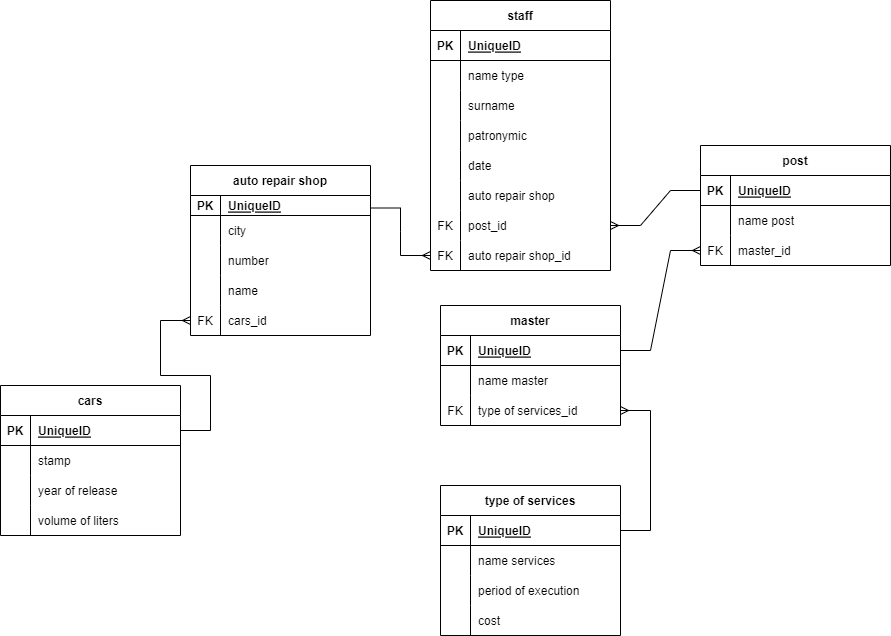
The draw.io diagram labbbb3.drawio.png in tengenonelove/lovesomemama, before a commit. Source tidied: cells renumbered, new cells last; positions are measured from the earlier drawing's top-left corner, leaving out a move shared by most shapes.
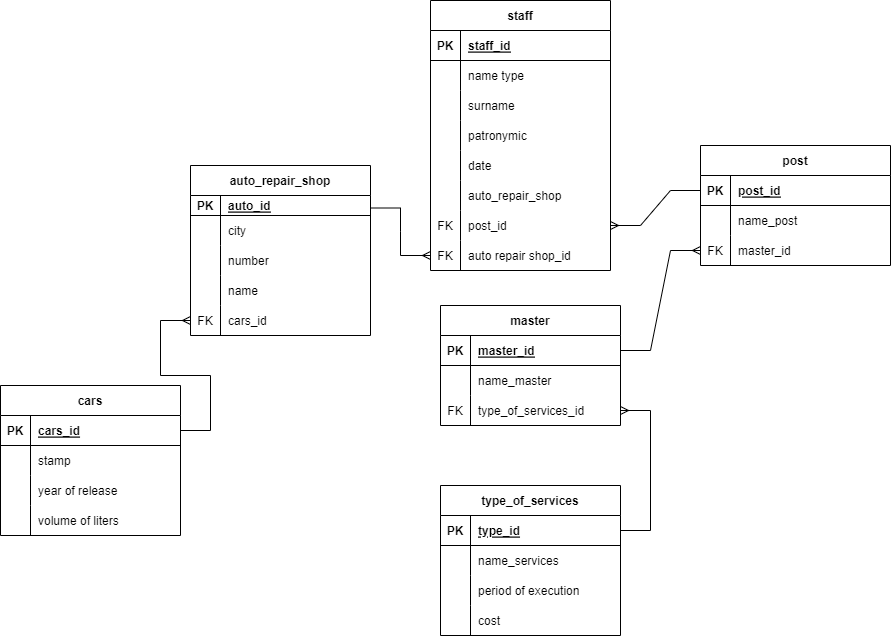
After the commit.

Diff of the diagram source:
```diff
@@ -11,7 +11,7 @@
     <mxCell id="4" value="PK" style="shape=partialRectangle;fillColor=none;top=0;left=0;bottom=0;right=0;fontStyle=1;overflow=hidden;" parent="3" vertex="1">
       <mxGeometry width="30" height="30" as="geometry" />
     </mxCell>
-    <mxCell id="5" value="UniqueID" style="shape=partialRectangle;fillColor=none;top=0;left=0;bottom=0;right=0;align=left;spacingLeft=6;fontStyle=5;overflow=hidden;" parent="3" vertex="1">
+    <mxCell id="5" value="staff_id" style="shape=partialRectangle;fillColor=none;top=0;left=0;bottom=0;right=0;align=left;spacingLeft=6;fontStyle=5;overflow=hidden;" parent="3" vertex="1">
       <mxGeometry x="30" width="150" height="30" as="geometry" />
     </mxCell>
     <mxCell id="6" style="shape=tableRow;horizontal=0;startSize=0;swimlaneHead=0;swimlaneBody=0;fillColor=none;top=0;left=0;right=0;bottom=0;" parent="2" vertex="1">
@@ -56,7 +56,7 @@
     <mxCell id="19" style="shape=partialRectangle;fillColor=none;top=0;left=0;bottom=0;right=0;overflow=hidden;" parent="18" vertex="1">
       <mxGeometry width="30" height="30" as="geometry" />
     </mxCell>
-    <mxCell id="20" value="auto repair shop" style="shape=partialRectangle;fillColor=none;top=0;left=0;bottom=0;right=0;align=left;spacingLeft=6;overflow=hidden;" parent="18" vertex="1">
+    <mxCell id="20" value="auto_repair_shop" style="shape=partialRectangle;fillColor=none;top=0;left=0;bottom=0;right=0;align=left;spacingLeft=6;overflow=hidden;" parent="18" vertex="1">
       <mxGeometry x="30" width="150" height="30" as="geometry" />
     </mxCell>
     <mxCell id="21" style="shape=tableRow;horizontal=0;startSize=0;swimlaneHead=0;swimlaneBody=0;fillColor=none;points=[[0,0.5],[1,0.5]];portConstraint=eastwest;top=0;left=0;right=0;bottom=0;" parent="2" vertex="1">
@@ -77,7 +77,7 @@
     <mxCell id="26" value="auto repair shop_id" style="shape=partialRectangle;fillColor=none;top=0;left=0;bottom=0;right=0;align=left;spacingLeft=6;fontStyle=0;overflow=hidden;" parent="24" vertex="1">
       <mxGeometry x="30" width="150" height="30" as="geometry" />
     </mxCell>
-    <mxCell id="27" value="auto repair shop" style="shape=table;startSize=30;rowLines=0;fontStyle=1;align=center;" parent="1" vertex="1">
+    <mxCell id="27" value="auto_repair_shop" style="shape=table;startSize=30;rowLines=0;fontStyle=1;align=center;" parent="1" vertex="1">
       <mxGeometry x="190" y="165" width="180" height="170" as="geometry" />
     </mxCell>
     <mxCell id="28" style="shape=tableRow;horizontal=0;startSize=0;swimlaneHead=0;swimlaneBody=0;fillColor=none;top=0;left=0;right=0;bottom=1;" parent="27" vertex="1">
@@ -86,7 +86,7 @@
     <mxCell id="29" value="PK" style="shape=partialRectangle;fillColor=none;top=0;left=0;bottom=0;right=0;fontStyle=1;overflow=hidden;" parent="28" vertex="1">
       <mxGeometry width="30" height="20" as="geometry" />
     </mxCell>
-    <mxCell id="30" value="UniqueID" style="shape=partialRectangle;fillColor=none;top=0;left=0;bottom=0;right=0;align=left;spacingLeft=6;fontStyle=5;overflow=hidden;" parent="28" vertex="1">
+    <mxCell id="30" value="auto_id" style="shape=partialRectangle;fillColor=none;top=0;left=0;bottom=0;right=0;align=left;spacingLeft=6;fontStyle=5;overflow=hidden;" parent="28" vertex="1">
       <mxGeometry x="30" width="150" height="20" as="geometry" />
     </mxCell>
     <mxCell id="31" style="shape=tableRow;horizontal=0;startSize=0;swimlaneHead=0;swimlaneBody=0;fillColor=none;top=0;left=0;right=0;bottom=0;" parent="27" vertex="1">
@@ -134,7 +134,7 @@
     <mxCell id="45" value="PK" style="shape=partialRectangle;fillColor=none;top=0;left=0;bottom=0;right=0;fontStyle=1;overflow=hidden;" parent="44" vertex="1">
       <mxGeometry width="30" height="30" as="geometry" />
     </mxCell>
-    <mxCell id="46" value="UniqueID" style="shape=partialRectangle;fillColor=none;top=0;left=0;bottom=0;right=0;align=left;spacingLeft=6;fontStyle=5;overflow=hidden;" parent="44" vertex="1">
+    <mxCell id="46" value="master_id" style="shape=partialRectangle;fillColor=none;top=0;left=0;bottom=0;right=0;align=left;spacingLeft=6;fontStyle=5;overflow=hidden;" parent="44" vertex="1">
       <mxGeometry x="30" width="150" height="30" as="geometry" />
     </mxCell>
     <mxCell id="47" style="shape=tableRow;horizontal=0;startSize=0;swimlaneHead=0;swimlaneBody=0;fillColor=none;top=0;left=0;right=0;bottom=0;" parent="43" vertex="1">
@@ -143,7 +143,7 @@
     <mxCell id="48" style="shape=partialRectangle;fillColor=none;top=0;left=0;bottom=0;right=0;overflow=hidden;" parent="47" vertex="1">
       <mxGeometry width="30" height="30" as="geometry" />
     </mxCell>
-    <mxCell id="49" value="name master" style="shape=partialRectangle;fillColor=none;top=0;left=0;bottom=0;right=0;align=left;spacingLeft=6;overflow=hidden;" parent="47" vertex="1">
+    <mxCell id="49" value="name_master" style="shape=partialRectangle;fillColor=none;top=0;left=0;bottom=0;right=0;align=left;spacingLeft=6;overflow=hidden;" parent="47" vertex="1">
       <mxGeometry x="30" width="150" height="30" as="geometry" />
     </mxCell>
     <mxCell id="50" style="shape=tableRow;horizontal=0;startSize=0;swimlaneHead=0;swimlaneBody=0;fillColor=none;points=[[0,0.5],[1,0.5]];portConstraint=eastwest;top=0;left=0;right=0;bottom=0;" parent="43" vertex="1">
@@ -152,7 +152,7 @@
     <mxCell id="51" value="FK" style="shape=partialRectangle;fillColor=none;top=0;left=0;bottom=0;right=0;fontStyle=0;overflow=hidden;" parent="50" vertex="1">
       <mxGeometry width="30" height="30" as="geometry" />
     </mxCell>
-    <mxCell id="52" value="type of services_id" style="shape=partialRectangle;fillColor=none;top=0;left=0;bottom=0;right=0;align=left;spacingLeft=6;fontStyle=0;overflow=hidden;" parent="50" vertex="1">
+    <mxCell id="52" value="type_of_services_id" style="shape=partialRectangle;fillColor=none;top=0;left=0;bottom=0;right=0;align=left;spacingLeft=6;fontStyle=0;overflow=hidden;" parent="50" vertex="1">
       <mxGeometry x="30" width="150" height="30" as="geometry" />
     </mxCell>
     <mxCell id="53" value="cars" style="shape=table;startSize=30;rowLines=0;fontStyle=1;align=center;" parent="1" vertex="1">
@@ -164,7 +164,7 @@
     <mxCell id="55" value="PK" style="shape=partialRectangle;fillColor=none;top=0;left=0;bottom=0;right=0;fontStyle=1;overflow=hidden;" parent="54" vertex="1">
       <mxGeometry width="30" height="30" as="geometry" />
     </mxCell>
-    <mxCell id="56" value="UniqueID" style="shape=partialRectangle;fillColor=none;top=0;left=0;bottom=0;right=0;align=left;spacingLeft=6;fontStyle=5;overflow=hidden;" parent="54" vertex="1">
+    <mxCell id="56" value="cars_id" style="shape=partialRectangle;fillColor=none;top=0;left=0;bottom=0;right=0;align=left;spacingLeft=6;fontStyle=5;overflow=hidden;" parent="54" vertex="1">
       <mxGeometry x="30" width="150" height="30" as="geometry" />
     </mxCell>
     <mxCell id="57" style="shape=tableRow;horizontal=0;startSize=0;swimlaneHead=0;swimlaneBody=0;fillColor=none;top=0;left=0;right=0;bottom=0;" parent="53" vertex="1">
@@ -194,7 +194,7 @@
     <mxCell id="65" value="volume of liters" style="shape=partialRectangle;fillColor=none;top=0;left=0;bottom=0;right=0;align=left;spacingLeft=6;overflow=hidden;" parent="63" vertex="1">
       <mxGeometry x="30" width="150" height="30" as="geometry" />
     </mxCell>
-    <mxCell id="66" value="type of services" style="shape=table;startSize=30;rowLines=0;fontStyle=1;align=center;" parent="1" vertex="1">
+    <mxCell id="66" value="type_of_services" style="shape=table;startSize=30;rowLines=0;fontStyle=1;align=center;" parent="1" vertex="1">
       <mxGeometry x="440" y="485" width="180" height="150" as="geometry" />
     </mxCell>
     <mxCell id="67" style="shape=tableRow;horizontal=0;startSize=0;swimlaneHead=0;swimlaneBody=0;fillColor=none;points=[[0,0.5],[1,0.5]];portConstraint=eastwest;top=0;left=0;right=0;bottom=1;" parent="66" vertex="1">
@@ -203,7 +203,7 @@
     <mxCell id="68" value="PK" style="shape=partialRectangle;fillColor=none;top=0;left=0;bottom=0;right=0;fontStyle=1;overflow=hidden;" parent="67" vertex="1">
       <mxGeometry width="30" height="30" as="geometry" />
     </mxCell>
-    <mxCell id="69" value="UniqueID" style="shape=partialRectangle;fillColor=none;top=0;left=0;bottom=0;right=0;align=left;spacingLeft=6;fontStyle=5;overflow=hidden;" parent="67" vertex="1">
+    <mxCell id="69" value="type_id" style="shape=partialRectangle;fillColor=none;top=0;left=0;bottom=0;right=0;align=left;spacingLeft=6;fontStyle=5;overflow=hidden;" parent="67" vertex="1">
       <mxGeometry x="30" width="150" height="30" as="geometry" />
     </mxCell>
     <mxCell id="70" style="shape=tableRow;horizontal=0;startSize=0;swimlaneHead=0;swimlaneBody=0;fillColor=none;top=0;left=0;right=0;bottom=0;" parent="66" vertex="1">
@@ -212,7 +212,7 @@
     <mxCell id="71" style="shape=partialRectangle;fillColor=none;top=0;left=0;bottom=0;right=0;overflow=hidden;" parent="70" vertex="1">
       <mxGeometry width="30" height="30" as="geometry" />
     </mxCell>
-    <mxCell id="72" value="name services" style="shape=partialRectangle;fillColor=none;top=0;left=0;bottom=0;right=0;align=left;spacingLeft=6;overflow=hidden;" parent="70" vertex="1">
+    <mxCell id="72" value="name_services" style="shape=partialRectangle;fillColor=none;top=0;left=0;bottom=0;right=0;align=left;spacingLeft=6;overflow=hidden;" parent="70" vertex="1">
       <mxGeometry x="30" width="150" height="30" as="geometry" />
     </mxCell>
     <mxCell id="73" style="shape=tableRow;horizontal=0;startSize=0;swimlaneHead=0;swimlaneBody=0;fillColor=none;top=0;left=0;right=0;bottom=0;" parent="66" vertex="1">
@@ -242,7 +242,7 @@
     <mxCell id="81" value="PK" style="shape=partialRectangle;fillColor=none;top=0;left=0;bottom=0;right=0;fontStyle=1;overflow=hidden;" parent="80" vertex="1">
       <mxGeometry width="30" height="30" as="geometry" />
     </mxCell>
-    <mxCell id="82" value="UniqueID" style="shape=partialRectangle;fillColor=none;top=0;left=0;bottom=0;right=0;align=left;spacingLeft=6;fontStyle=5;overflow=hidden;" parent="80" vertex="1">
+    <mxCell id="82" value="post_id" style="shape=partialRectangle;fillColor=none;top=0;left=0;bottom=0;right=0;align=left;spacingLeft=6;fontStyle=5;overflow=hidden;" parent="80" vertex="1">
       <mxGeometry x="30" width="160" height="30" as="geometry" />
     </mxCell>
     <mxCell id="83" style="shape=tableRow;horizontal=0;startSize=0;swimlaneHead=0;swimlaneBody=0;fillColor=none;top=0;left=0;right=0;bottom=0;" parent="79" vertex="1">
@@ -251,7 +251,7 @@
     <mxCell id="84" style="shape=partialRectangle;fillColor=none;top=0;left=0;bottom=0;right=0;overflow=hidden;" parent="83" vertex="1">
       <mxGeometry width="30" height="30" as="geometry" />
     </mxCell>
-    <mxCell id="85" value="name post" style="shape=partialRectangle;fillColor=none;top=0;left=0;bottom=0;right=0;align=left;spacingLeft=6;overflow=hidden;" parent="83" vertex="1">
+    <mxCell id="85" value="name_post" style="shape=partialRectangle;fillColor=none;top=0;left=0;bottom=0;right=0;align=left;spacingLeft=6;overflow=hidden;" parent="83" vertex="1">
       <mxGeometry x="30" width="160" height="30" as="geometry" />
     </mxCell>
     <mxCell id="86" style="shape=tableRow;horizontal=0;startSize=0;swimlaneHead=0;swimlaneBody=0;fillColor=none;points=[[0,0.5],[1,0.5]];portConstraint=eastwest;top=0;left=0;right=0;bottom=0;" parent="79" vertex="1">
```
